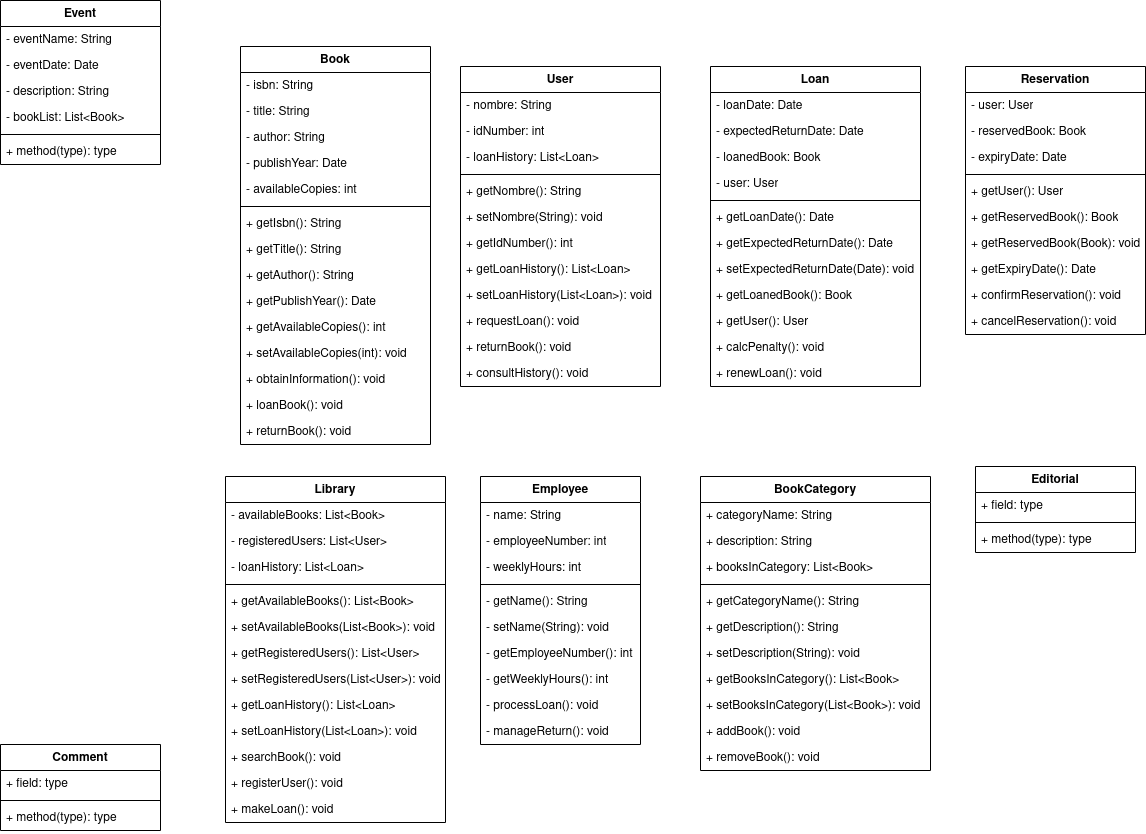
The draw.io diagram proyecto/classdiagram/classdiagramlibrary.png in mackstm/ets, before a commit. Source tidied: cells renumbered, new cells last; positions are measured from the earlier drawing's top-left corner, leaving out a move shared by most shapes.
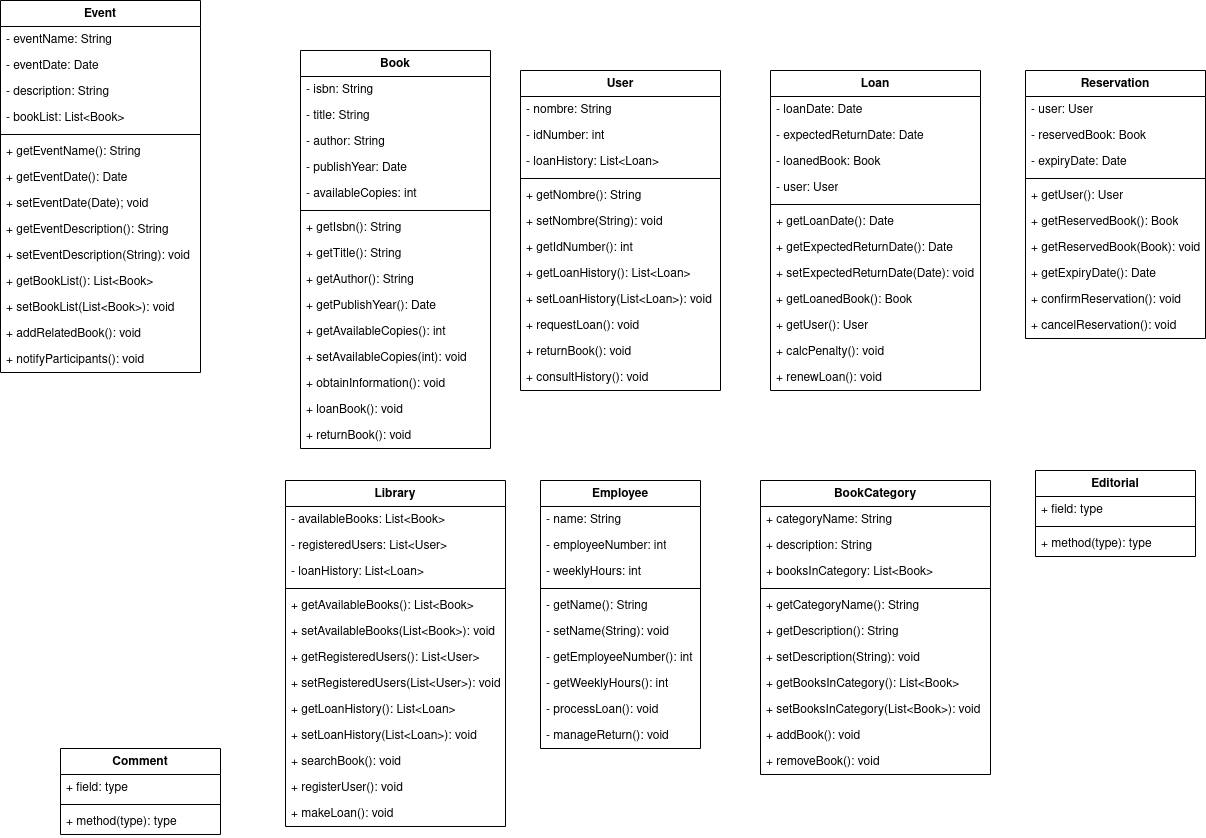
After the commit.

The edit, as a diff of the source:
```diff
@@ -165,26 +165,50 @@
       <mxGeometry y="294" width="200" height="26" as="geometry" />
     </mxCell>
     <mxCell id="56" value="Event" style="swimlane;fontStyle=1;align=center;verticalAlign=top;horizontal=1;startSize=26;whiteSpace=wrap;html=1;" parent="1" vertex="1">
-      <mxGeometry width="160" height="164" as="geometry" />
+      <mxGeometry x="-60" y="-4" width="200" height="372" as="geometry" />
     </mxCell>
     <mxCell id="57" value="- eventName: String" style="text;strokeColor=none;fillColor=none;align=left;verticalAlign=top;spacingLeft=4;spacingRight=4;overflow=hidden;whiteSpace=wrap;html=1;" parent="56" vertex="1">
-      <mxGeometry y="26" width="160" height="26" as="geometry" />
+      <mxGeometry y="26" width="200" height="26" as="geometry" />
     </mxCell>
     <mxCell id="58" value="- eventDate: Date" style="text;strokeColor=none;fillColor=none;align=left;verticalAlign=top;spacingLeft=4;spacingRight=4;overflow=hidden;whiteSpace=wrap;html=1;" parent="56" vertex="1">
-      <mxGeometry y="52" width="160" height="26" as="geometry" />
+      <mxGeometry y="52" width="200" height="26" as="geometry" />
     </mxCell>
     <mxCell id="59" value="&lt;div&gt;- description: String&lt;br&gt;&lt;/div&gt;" style="text;strokeColor=none;fillColor=none;align=left;verticalAlign=top;spacingLeft=4;spacingRight=4;overflow=hidden;whiteSpace=wrap;html=1;" parent="56" vertex="1">
-      <mxGeometry y="78" width="160" height="26" as="geometry" />
+      <mxGeometry y="78" width="200" height="26" as="geometry" />
     </mxCell>
     <mxCell id="60" value="- bookList: List&amp;lt;Book&amp;gt;" style="text;strokeColor=none;fillColor=none;align=left;verticalAlign=top;spacingLeft=4;spacingRight=4;overflow=hidden;whiteSpace=wrap;html=1;" parent="56" vertex="1">
-      <mxGeometry y="104" width="160" height="26" as="geometry" />
+      <mxGeometry y="104" width="200" height="26" as="geometry" />
     </mxCell>
     <mxCell id="61" style="line;strokeWidth=1;fillColor=none;align=left;verticalAlign=middle;spacingTop=-1;spacingLeft=3;spacingRight=3;labelPosition=right;strokeColor=inherit;" parent="56" vertex="1">
-      <mxGeometry y="130" width="160" height="8" as="geometry" />
+      <mxGeometry y="130" width="200" height="8" as="geometry" />
     </mxCell>
-    <mxCell id="62" value="+ method(type): type" style="text;strokeColor=none;fillColor=none;align=left;verticalAlign=top;spacingLeft=4;spacingRight=4;overflow=hidden;whiteSpace=wrap;html=1;" parent="56" vertex="1">
-      <mxGeometry y="138" width="160" height="26" as="geometry" />
+    <mxCell id="62" value="+ getEventName(): String" style="text;strokeColor=none;fillColor=none;align=left;verticalAlign=top;spacingLeft=4;spacingRight=4;overflow=hidden;whiteSpace=wrap;html=1;" parent="56" vertex="1">
+      <mxGeometry y="138" width="200" height="26" as="geometry" />
     </mxCell>
+    <mxCell id="107" value="+ getEventDate(): Date" style="text;strokeColor=none;fillColor=none;align=left;verticalAlign=top;spacingLeft=4;spacingRight=4;overflow=hidden;whiteSpace=wrap;html=1;" parent="56" vertex="1">
+      <mxGeometry y="164" width="200" height="26" as="geometry" />
+    </mxCell>
+    <mxCell id="108" value="+ setEventDate(Date); void" style="text;strokeColor=none;fillColor=none;align=left;verticalAlign=top;spacingLeft=4;spacingRight=4;overflow=hidden;whiteSpace=wrap;html=1;" parent="56" vertex="1">
+      <mxGeometry y="190" width="200" height="26" as="geometry" />
+    </mxCell>
+    <mxCell id="109" value="+ getEventDescription(): String" style="text;strokeColor=none;fillColor=none;align=left;verticalAlign=top;spacingLeft=4;spacingRight=4;overflow=hidden;whiteSpace=wrap;html=1;" parent="56" vertex="1">
+      <mxGeometry y="216" width="200" height="26" as="geometry" />
+    </mxCell>
+    <mxCell id="110" value="+ setEventDescription(String): void" style="text;strokeColor=none;fillColor=none;align=left;verticalAlign=top;spacingLeft=4;spacingRight=4;overflow=hidden;whiteSpace=wrap;html=1;" parent="56" vertex="1">
+      <mxGeometry y="242" width="200" height="26" as="geometry" />
+    </mxCell>
+    <mxCell id="111" value="+ getBookList(): List&amp;lt;Book&amp;gt;" style="text;strokeColor=none;fillColor=none;align=left;verticalAlign=top;spacingLeft=4;spacingRight=4;overflow=hidden;whiteSpace=wrap;html=1;" parent="56" vertex="1">
+      <mxGeometry y="268" width="200" height="26" as="geometry" />
+    </mxCell>
+    <mxCell id="112" value="+ setBookList(List&amp;lt;Book&amp;gt;): void" style="text;strokeColor=none;fillColor=none;align=left;verticalAlign=top;spacingLeft=4;spacingRight=4;overflow=hidden;whiteSpace=wrap;html=1;" parent="56" vertex="1">
+      <mxGeometry y="294" width="200" height="26" as="geometry" />
+    </mxCell>
+    <mxCell id="113" value="+ addRelatedBook(): void" style="text;strokeColor=none;fillColor=none;align=left;verticalAlign=top;spacingLeft=4;spacingRight=4;overflow=hidden;whiteSpace=wrap;html=1;" parent="56" vertex="1">
+      <mxGeometry y="320" width="200" height="26" as="geometry" />
+    </mxCell>
+    <mxCell id="114" value="+ notifyParticipants(): void" style="text;strokeColor=none;fillColor=none;align=left;verticalAlign=top;spacingLeft=4;spacingRight=4;overflow=hidden;whiteSpace=wrap;html=1;" parent="56" vertex="1">
+      <mxGeometry y="346" width="200" height="26" as="geometry" />
+    </mxCell>
     <mxCell id="63" value="Employee" style="swimlane;fontStyle=1;align=center;verticalAlign=top;horizontal=1;startSize=26;whiteSpace=wrap;html=1;" parent="1" vertex="1">
       <mxGeometry x="480" y="476" width="160" height="268" as="geometry" />
     </mxCell>
```
